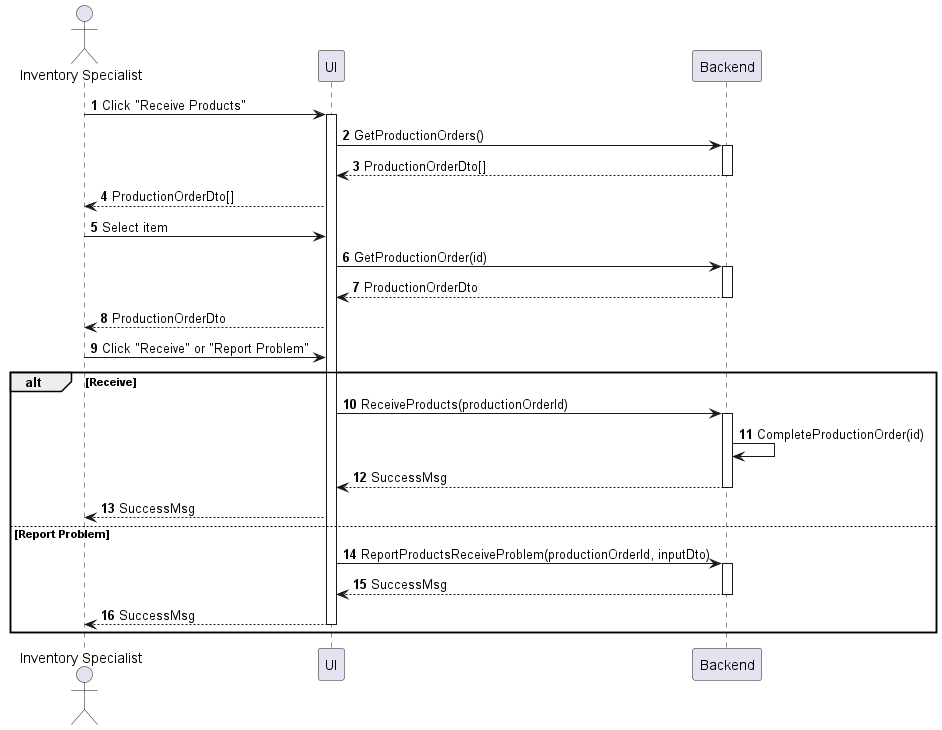
Earlier version of the PlantUML export Lab1/Lab1.2/sequences/inventory-product-receive.png (phihungha/SE357-Practice-class). The source it was exported from:
```plantuml
@startuml inventory-product-receive
autonumber

actor "Inventory Specialist" as a
participant UI as f
participant Backend as b

a -> f : Click "Receive Products"
activate f
f -> b : GetProductionOrders()
activate b
return ProductionOrderDto[]
f --> a : ProductionOrderDto[]
a -> f : Select item
f -> b : GetProductionOrder(id)
activate b
return ProductionOrderDto
f --> a : ProductionOrderDto
a -> f : Click "Receive" or "Report Problem"

alt Receive
    f -> b : ReceiveProducts(productionOrderId)
    activate b
    b -> b : CompleteProductionOrder(id)
    return SuccessMsg
    f --> a : SuccessMsg
else Report Problem
    f -> b : ReportProductsReceiveProblem(productionOrderId, inputDto)
    activate b
    return SuccessMsg
    f --> a : SuccessMsg
    deactivate f
end
@enduml
```
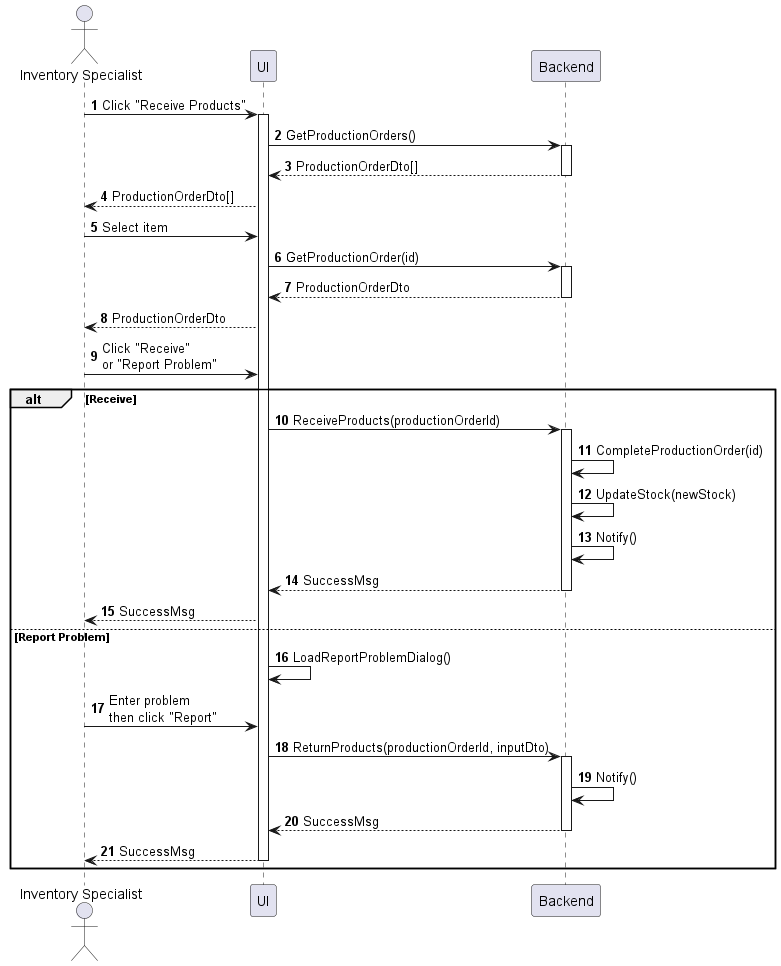
After the commit.

Change to the diagram source:
```diff
@@ -16,17 +16,22 @@
 activate b
 return ProductionOrderDto
 f --> a : ProductionOrderDto
-a -> f : Click "Receive" or "Report Problem"
+a -> f : Click "Receive"\nor "Report Problem"
 
 alt Receive
     f -> b : ReceiveProducts(productionOrderId)
     activate b
     b -> b : CompleteProductionOrder(id)
+    b -> b : UpdateStock(newStock)
+    b -> b : Notify()
     return SuccessMsg
     f --> a : SuccessMsg
 else Report Problem
-    f -> b : ReportProductsReceiveProblem(productionOrderId, inputDto)
+    f -> f : LoadReportProblemDialog()
+    a -> f : Enter problem\nthen click "Report"
+    f -> b : ReturnProducts(productionOrderId, inputDto)
     activate b
+    b -> b : Notify()
     return SuccessMsg
     f --> a : SuccessMsg
     deactivate f
```
